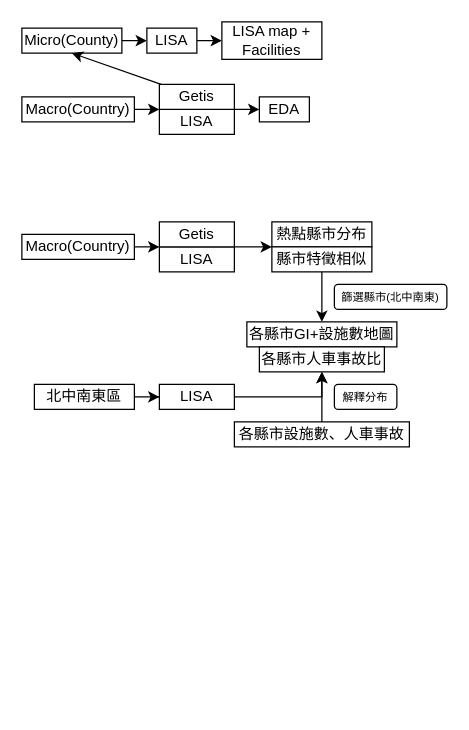
Before: Framework.drawio in kennywang112/ST-RTA, a draw.io diagram. Source tidied: cells renumbered, new cells numbered last; positions are measured from the earlier drawing's top-left corner, leaving out a move shared by most shapes. Both pictures are drawn from the tidied source at 125%, with x=0, y=0 at pixel (21, 21).
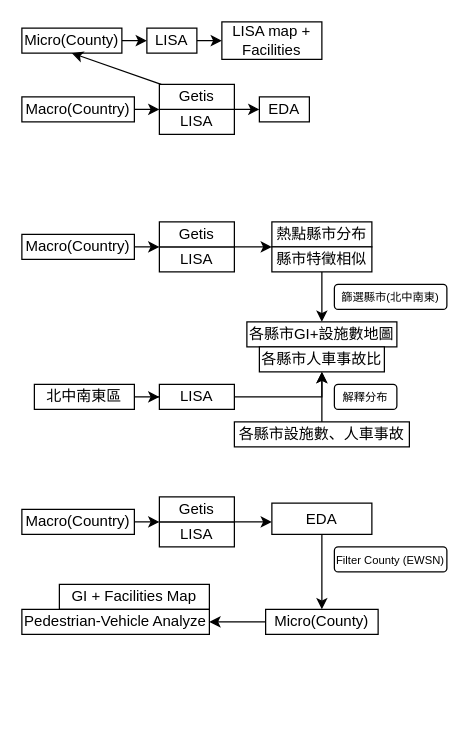
The same diagram, later.

Diff of the diagram source:
```diff
@@
+    <mxCell id="37" style="edgeStyle=orthogonalEdgeStyle;rounded=0;jettySize=auto;html=1;exitX=1;exitY=0.5;exitDx=0;exitDy=0;" parent="1" edge="1" source="38">
+      <mxGeometry relative="1" as="geometry">
+        <mxPoint x="110" y="400.2" as="targetPoint" />
+      </mxGeometry>
+    </mxCell>
+    <mxCell id="38" value="Macro(Country)" style="rounded=0;whiteSpace=wrap;html=1;" parent="1" vertex="1">
+      <mxGeometry y="390" width="90" height="20" as="geometry" />
+    </mxCell>
+    <mxCell id="39" style="group;" parent="1" vertex="1">
+      <mxGeometry x="110" y="380" width="60" height="40" as="geometry" />
+    </mxCell>
+    <mxCell id="40" value="LISA" style="rounded=0;whiteSpace=wrap;html=1;" parent="39" vertex="1">
+      <mxGeometry y="20" width="60" height="20" as="geometry" />
+    </mxCell>
+    <mxCell id="41" value="Getis" style="rounded=0;whiteSpace=wrap;html=1;" parent="39" vertex="1">
+      <mxGeometry width="60" height="20" as="geometry" />
+    </mxCell>
+    <mxCell id="42" style="edgeStyle=orthogonalEdgeStyle;rounded=0;jettySize=auto;html=1;entryX=0.5;entryY=0;entryDx=0;entryDy=0;" parent="1" edge="1" source="43" target="50">
+      <mxGeometry relative="1" as="geometry" />
+    </mxCell>
+    <mxCell id="43" value="EDA" style="rounded=0;whiteSpace=wrap;html=1;" parent="1" vertex="1">
+      <mxGeometry x="200" y="385" width="80" height="25" as="geometry" />
+    </mxCell>
+    <mxCell id="44" value="GI + Facilities Map" style="rounded=0;whiteSpace=wrap;html=1;" parent="1" vertex="1">
+      <mxGeometry x="30" y="450" width="120" height="20" as="geometry" />
+    </mxCell>
+    <mxCell id="45" value="Pedestrian-Vehicle Analyze" style="rounded=0;whiteSpace=wrap;html=1;" parent="1" vertex="1">
+      <mxGeometry y="470" width="150" height="20" as="geometry" />
+    </mxCell>
+    <mxCell id="46" style="edgeStyle=orthogonalEdgeStyle;rounded=0;jettySize=auto;html=1;exitX=1;exitY=0;exitDx=0;exitDy=0;entryX=0;entryY=0;entryDx=0;entryDy=0;" parent="1" edge="1" source="40">
+      <mxGeometry relative="1" as="geometry">
+        <mxPoint x="200" y="400" as="targetPoint" />
+      </mxGeometry>
+    </mxCell>
+    <mxCell id="47" value="&lt;div&gt;&lt;font style=&quot;font-size: 9px;&quot;&gt;Filter County (EWSN)&lt;/font&gt;&lt;/div&gt;" style="rounded=1;whiteSpace=wrap;html=1;" parent="1" vertex="1">
+      <mxGeometry x="250" y="420" width="90" height="20" as="geometry" />
+    </mxCell>
+    <mxCell id="48" style="edgeStyle=orthogonalEdgeStyle;rounded=0;orthogonalLoop=1;jettySize=auto;html=1;exitX=1;exitY=0.5;exitDx=0;exitDy=0;" parent="1" edge="1">
+      <mxGeometry relative="1" as="geometry">
+        <mxPoint x="159.5" y="540" as="sourcePoint" />
+        <mxPoint x="159.6" y="540.2" as="targetPoint" />
+      </mxGeometry>
+    </mxCell>
+    <mxCell id="49" style="edgeStyle=orthogonalEdgeStyle;rounded=0;jettySize=auto;html=1;entryX=1;entryY=0.5;entryDx=0;entryDy=0;" parent="1" edge="1" source="50" target="45">
+      <mxGeometry relative="1" as="geometry" />
+    </mxCell>
+    <mxCell id="50" value="Micro(County)" style="rounded=0;whiteSpace=wrap;html=1;" parent="1" vertex="1">
+      <mxGeometry x="195" y="470" width="90" height="20" as="geometry" />
+    </mxCell>
```
